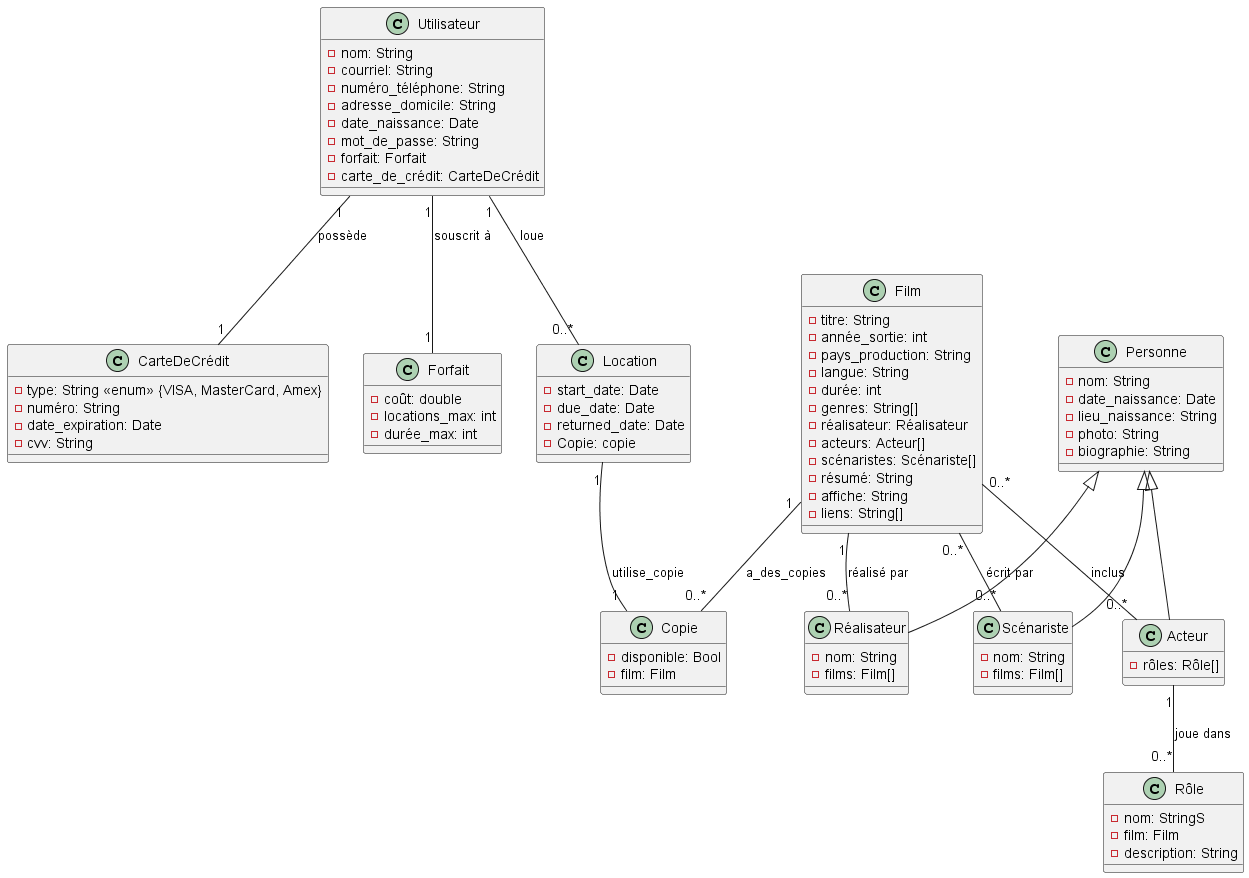
Before: out/class/class diagram.png, a diagram exported from PlantUML (snakedye/LOG660-01).
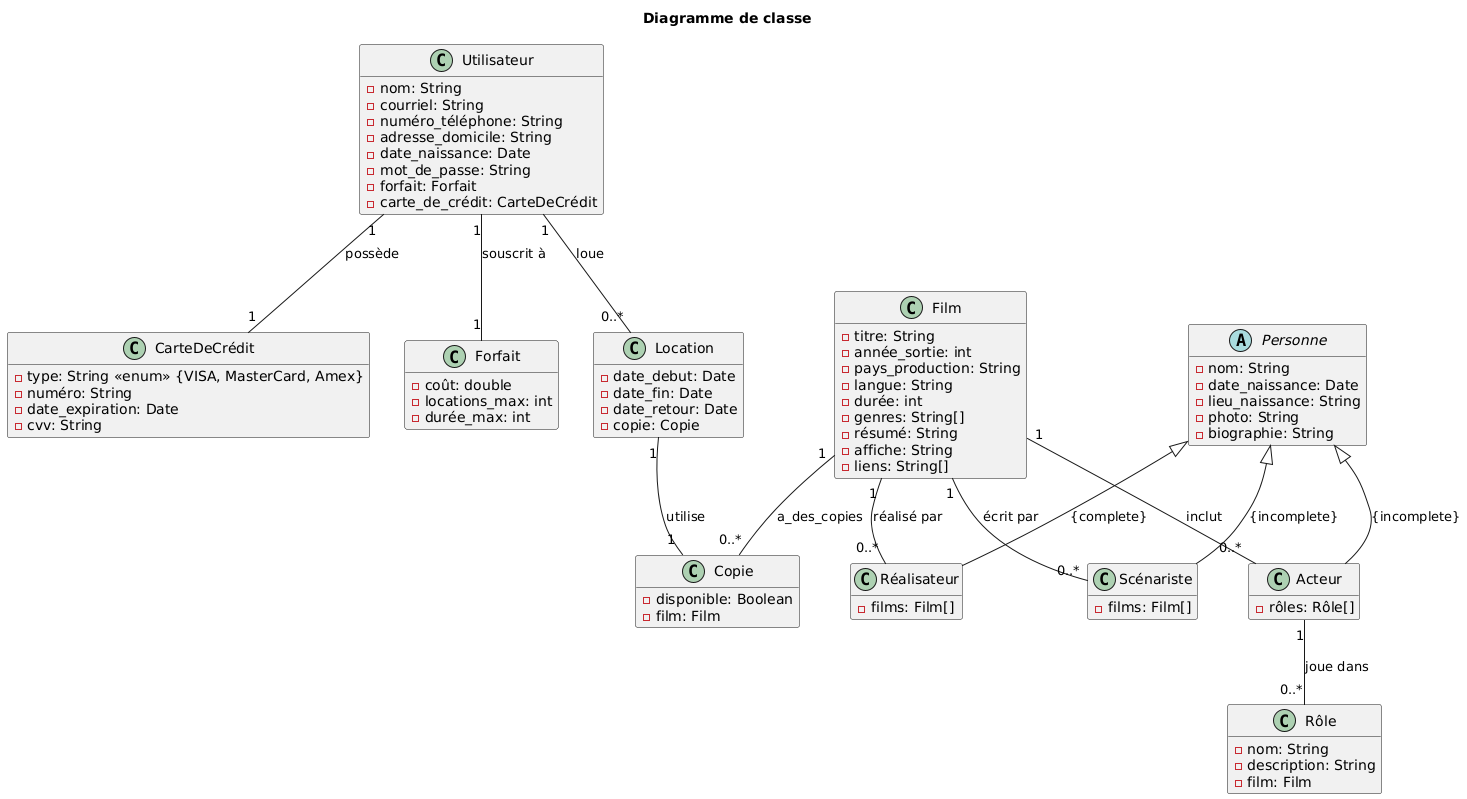
The same file after the commit.

Commit message:
Refactor class diagram to hide empty members and footbox

Change to the diagram source:
```diff
@@ -1,4 +1,7 @@
 @startuml
+title Diagramme de classe
+hide empty members
+
 class Utilisateur {
   - nom: String
   - courriel: String
@@ -24,10 +27,10 @@
 }
 
 class Location {
-  - start_date: Date
-  - due_date: Date
-  - returned_date: Date
-  - Copie: copie
+  - date_debut: Date
+  - date_fin: Date
+  - date_retour: Date
+  - copie: Copie
 }
 
 class Film {
@@ -37,21 +40,16 @@
   - langue: String
   - durée: int
   - genres: String[]
-  - réalisateur: Réalisateur
-  - acteurs: Acteur[]
-  - scénaristes: Scénariste[]
   - résumé: String
   - affiche: String
   - liens: String[]
 }
 
 class Réalisateur {
-  - nom: String
   - films: Film[]
 }
 
 class Scénariste {
-  - nom: String
   - films: Film[]
 }
 
@@ -60,12 +58,12 @@
 }
 
 class Rôle {
-  - nom: StringS
+  - nom: String
+  - description: String
   - film: Film
-  - description: String
 }
 
-class Personne {
+abstract class Personne {
   - nom: String
   - date_naissance: Date
   - lieu_naissance: String
@@ -74,25 +72,21 @@
 }
 
 class Copie {
-  - disponible: Bool
+  - disponible: Boolean
   - film: Film
 }
 
 Utilisateur "1" -- "1" CarteDeCrédit : possède
 Utilisateur "1" -- "1" Forfait : souscrit à
 Utilisateur "1" -- "0..*" Location : loue
-
-
-Location "1" -- "1" Copie : utilise_copie
-
+Location "1" -- "1" Copie : utilise
 Film "1" -- "0..*" Réalisateur : réalisé par
-Film "0..*" -- "0..*" Acteur : inclus
-Film "0..*" -- "0..*" Scénariste : écrit par
+Film "1" -- "0..*" Acteur : inclut
+Film "1" -- "0..*" Scénariste : écrit par
 Film "1" -- "0..*" Copie : a_des_copies
-
-Personne <|-- Réalisateur
-Personne <|-- Acteur
-Personne <|-- Scénariste
 Acteur "1" -- "0..*" Rôle : joue dans
 
+Personne <|-- Réalisateur : {complete}
+Personne <|-- Acteur : {incomplete}
+Personne <|-- Scénariste : {incomplete}
 @enduml
```
